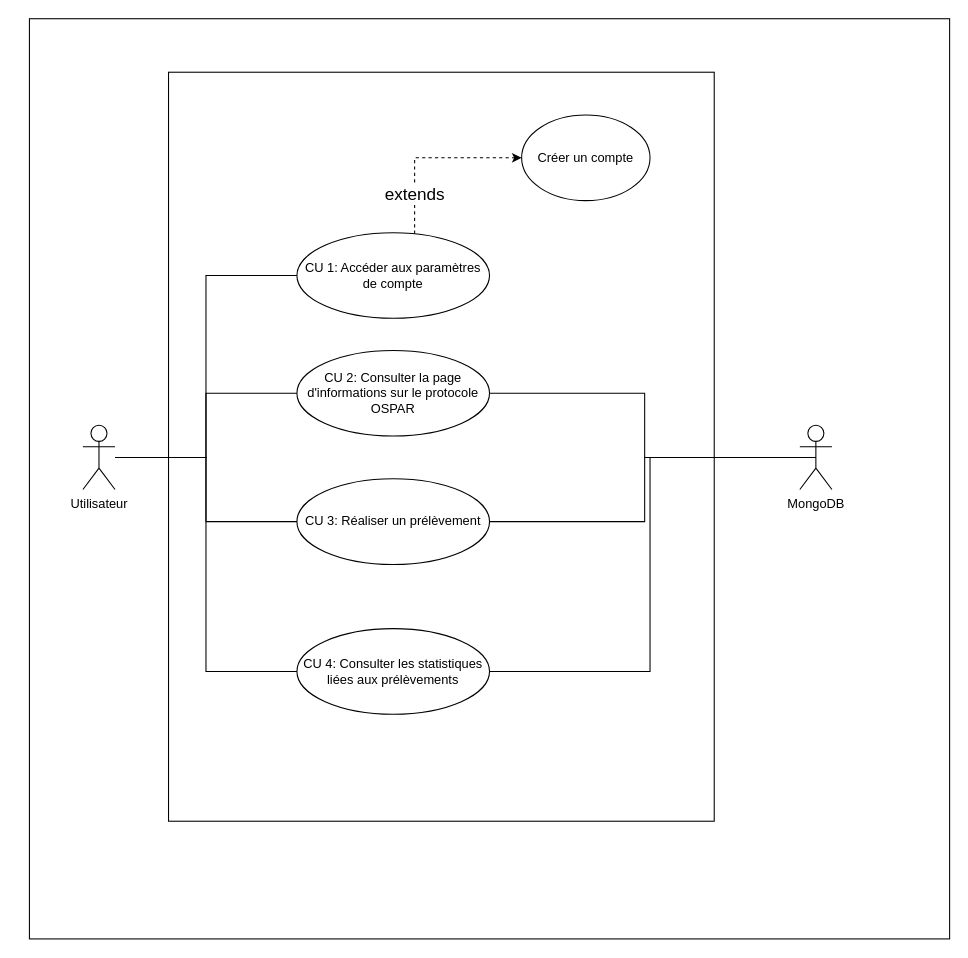
Before: 3.1_Menu_principal_admin.drawio in MurielleMardenli200/projet4_architecture, a draw.io diagram. Source tidied: cells renumbered, new cells numbered last; positions are measured from the earlier drawing's top-left corner, leaving out a move shared by most shapes. Both pictures are drawn from the tidied source at 107%, with x=0, y=0 at pixel (29, 18).
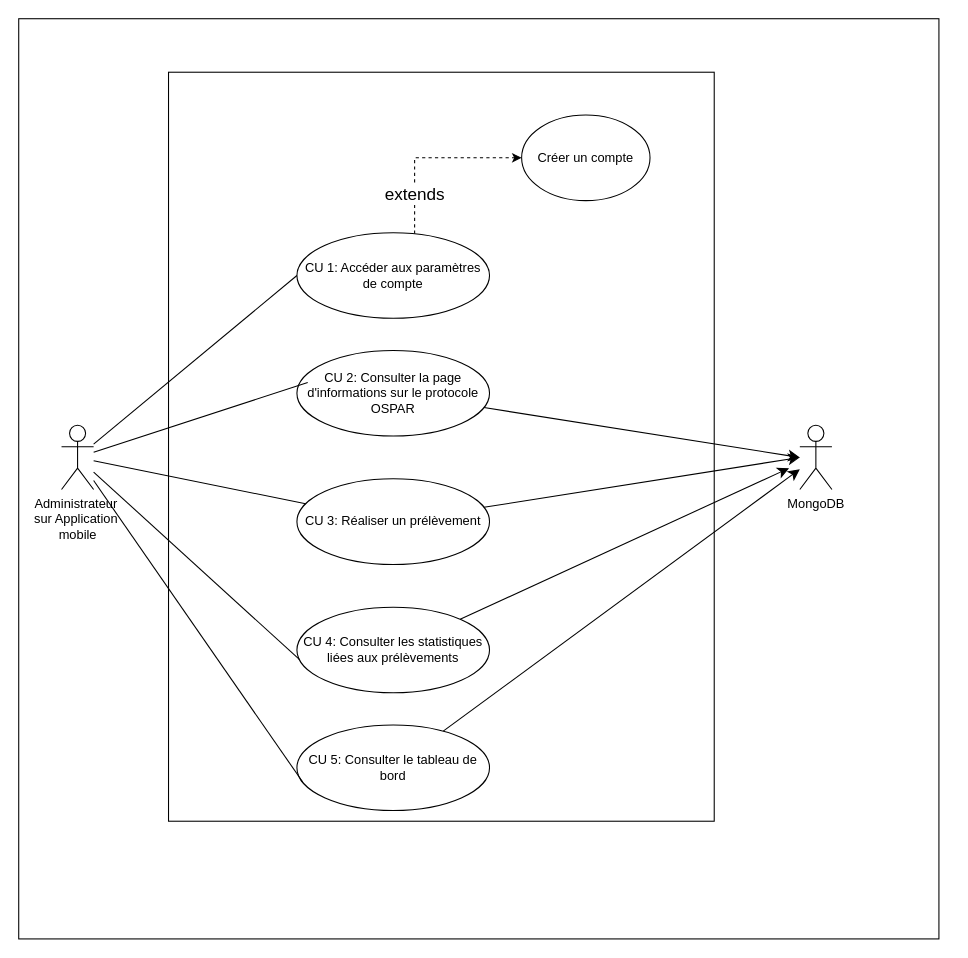
Above is the later version.

The change refers to these unchanged cells:
```xml
<mxCell id="5" value="MongoDB" style="shape=umlActor;verticalLabelPosition=bottom;verticalAlign=top;html=1;outlineConnect=0;" parent="1" vertex="1">
  <mxGeometry x="720" y="380" width="30" height="60" as="geometry" />
</mxCell>
<mxCell id="8" value="CU 1: Accéder aux paramètres de compte" style="ellipse;whiteSpace=wrap;html=1;" parent="1" vertex="1">
  <mxGeometry x="250" y="200" width="180" height="80" as="geometry" />
</mxCell>
<mxCell id="9" value="CU 2: Consulter la page d'informations sur le protocole OSPAR" style="ellipse;whiteSpace=wrap;html=1;" parent="1" vertex="1">
  <mxGeometry x="250" y="310" width="180" height="80" as="geometry" />
</mxCell>
<mxCell id="10" value="CU 3: Réaliser un prélèvement" style="ellipse;whiteSpace=wrap;html=1;" parent="1" vertex="1">
  <mxGeometry x="250" y="430" width="180" height="80" as="geometry" />
</mxCell>
```

Diff of the diagram source:
```diff
@@
     <mxCell id="2" style="whiteSpace=wrap;html=1;" parent="1" vertex="1">
-      <mxGeometry width="860" height="860" as="geometry" />
+      <mxGeometry x="-10" width="860" height="860" as="geometry" />
     </mxCell>
-    <mxCell id="3" value="Utilisateur" style="shape=umlActor;verticalLabelPosition=bottom;verticalAlign=top;html=1;outlineConnect=0;" parent="1" vertex="1">
-      <mxGeometry x="50" y="380" width="30" height="60" as="geometry" />
+    <mxCell id="3" value="Administrateur&amp;nbsp;&lt;br&gt;sur Application&amp;nbsp;&lt;br&gt;mobile" style="shape=umlActor;verticalLabelPosition=bottom;verticalAlign=top;html=1;outlineConnect=0;" parent="1" vertex="1">
+      <mxGeometry x="30" y="380" width="30" height="60" as="geometry" />
     </mxCell>
@@
+    <mxCell id="20" style="edgeStyle=none;curved=1;rounded=0;jettySize=auto;html=1;fontSize=12;startSize=8;endSize=8;" parent="1" edge="1" source="9">
+      <mxGeometry relative="1" as="geometry">
+        <mxPoint x="720" y="410" as="targetPoint" />
+      </mxGeometry>
+    </mxCell>
@@
+    <mxCell id="21" style="edgeStyle=none;curved=1;rounded=0;jettySize=auto;html=1;fontSize=12;startSize=8;endSize=8;" parent="1" edge="1" source="10">
+      <mxGeometry relative="1" as="geometry">
+        <mxPoint x="720" y="410" as="targetPoint" />
+      </mxGeometry>
+    </mxCell>
@@
+    <mxCell id="22" style="edgeStyle=none;curved=1;rounded=0;jettySize=auto;html=1;fontSize=12;startSize=8;endSize=8;" parent="1" edge="1" source="11">
+      <mxGeometry relative="1" as="geometry">
+        <mxPoint x="710" y="420" as="targetPoint" />
+      </mxGeometry>
+    </mxCell>
     <mxCell id="11" value="CU 4: Consulter les statistiques liées aux prélèvements" style="ellipse;whiteSpace=wrap;html=1;" parent="1" vertex="1">
-      <mxGeometry x="250" y="570" width="180" height="80" as="geometry" />
+      <mxGeometry x="250" y="550" width="180" height="80" as="geometry" />
     </mxCell>
@@
+    <mxCell id="23" style="edgeStyle=none;curved=1;rounded=0;jettySize=auto;html=1;fontSize=12;startSize=8;endSize=8;" parent="1" edge="1" source="24" target="5">
+      <mxGeometry relative="1" as="geometry" />
+    </mxCell>
+    <mxCell id="24" value="CU 5: Consulter le tableau de bord" style="ellipse;whiteSpace=wrap;html=1;" parent="1" vertex="1">
+      <mxGeometry x="250" y="660" width="180" height="80" as="geometry" />
+    </mxCell>
+    <mxCell id="25" style="edgeStyle=none;curved=1;rounded=0;jettySize=auto;html=1;entryX=0.029;entryY=0.664;entryDx=0;entryDy=0;entryPerimeter=0;fontSize=12;startSize=8;endSize=8;endArrow=none;startFill=0;" parent="1" edge="1" source="3" target="24">
+      <mxGeometry relative="1" as="geometry" />
+    </mxCell>
+    <mxCell id="16" style="edgeStyle=none;curved=1;rounded=0;jettySize=auto;html=1;entryX=0.014;entryY=0.613;entryDx=0;entryDy=0;entryPerimeter=0;fontSize=12;startSize=8;endSize=8;endArrow=none;startFill=0;" parent="1" edge="1" source="3" target="11">
+      <mxGeometry relative="1" as="geometry" />
+    </mxCell>
+    <mxCell id="14" style="edgeStyle=none;curved=1;rounded=0;jettySize=auto;html=1;entryX=0.056;entryY=0.375;entryDx=0;entryDy=0;entryPerimeter=0;fontSize=12;startSize=8;endSize=8;endArrow=none;startFill=0;" parent="1" edge="1" source="3" target="9">
+      <mxGeometry relative="1" as="geometry" />
+    </mxCell>
-    <mxCell id="13" style="edgeStyle=orthogonalEdgeStyle;rounded=0;jettySize=auto;html=1;entryX=0;entryY=0.5;entryDx=0;entryDy=0;endArrow=none;startFill=0;" parent="1" edge="1" source="3" target="8">
+    <mxCell id="13" style="edgeStyle=none;curved=1;rounded=0;jettySize=auto;html=1;entryX=0;entryY=0.5;entryDx=0;entryDy=0;fontSize=12;startSize=8;endSize=8;endArrow=none;startFill=0;" parent="1" edge="1" source="3" target="8">
       <mxGeometry relative="1" as="geometry" />
     </mxCell>
-    <mxCell id="14" style="edgeStyle=orthogonalEdgeStyle;rounded=0;jettySize=auto;html=1;endArrow=none;startFill=0;" parent="1" edge="1" source="3" target="9">
-      <mxGeometry relative="1" as="geometry" />
-    </mxCell>
-    <mxCell id="15" style="edgeStyle=orthogonalEdgeStyle;rounded=0;jettySize=auto;html=1;endArrow=none;startFill=0;" parent="1" edge="1" source="3" target="10">
+    <mxCell id="15" style="edgeStyle=none;curved=1;rounded=0;jettySize=auto;html=1;fontSize=12;startSize=8;endSize=8;endArrow=none;startFill=0;" parent="1" edge="1" source="3" target="10">
       <mxGeometry relative="1" as="geometry" />
     </mxCell>
-    <mxCell id="16" style="edgeStyle=orthogonalEdgeStyle;rounded=0;jettySize=auto;html=1;entryX=0;entryY=0.5;entryDx=0;entryDy=0;endArrow=none;startFill=0;" parent="1" edge="1" source="3" target="11">
-      <mxGeometry relative="1" as="geometry" />
-    </mxCell>
-    <mxCell id="17" style="edgeStyle=orthogonalEdgeStyle;rounded=0;jettySize=auto;html=1;entryX=0.5;entryY=0.5;entryDx=0;entryDy=0;entryPerimeter=0;endArrow=none;startFill=0;" parent="1" edge="1" source="9" target="5">
-      <mxGeometry relative="1" as="geometry" />
-    </mxCell>
-    <mxCell id="18" style="edgeStyle=orthogonalEdgeStyle;rounded=0;jettySize=auto;html=1;entryX=0.5;entryY=0.5;entryDx=0;entryDy=0;entryPerimeter=0;endArrow=none;startFill=0;" parent="1" edge="1" source="10" target="5">
-      <mxGeometry relative="1" as="geometry" />
-    </mxCell>
-    <mxCell id="19" style="edgeStyle=orthogonalEdgeStyle;rounded=0;jettySize=auto;html=1;entryX=0.5;entryY=0.5;entryDx=0;entryDy=0;entryPerimeter=0;endArrow=none;startFill=0;" parent="1" edge="1" source="11" target="5">
-      <mxGeometry relative="1" as="geometry">
-        <Array as="points">
-          <mxPoint x="580" y="610" />
-          <mxPoint x="580" y="410" />
-        </Array>
-      </mxGeometry>
-    </mxCell>
```
